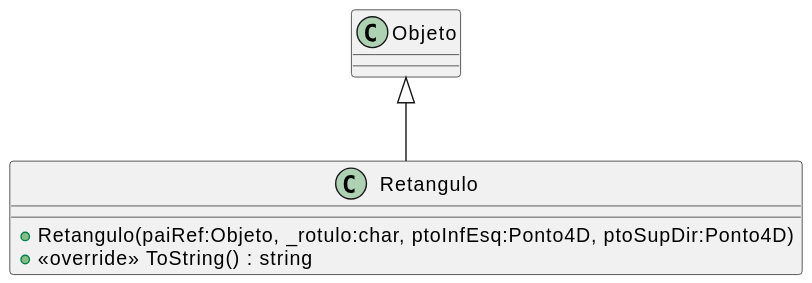
This is svg/Unidade2/_._CG_N2_5/plantuml/Retangulo.svg from majutestoni/disciplina_CG_2025_1, a PlantUML export, as it was before one commit.
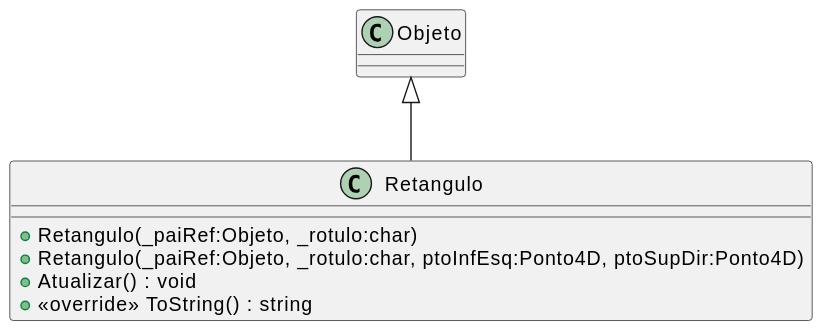
Later version of the same file.

The edit, as a diff of the source:
```diff
@@ -1,6 +1,8 @@
 @startuml
 class Retangulo {
-    + Retangulo(paiRef:Objeto, _rotulo:char, ptoInfEsq:Ponto4D, ptoSupDir:Ponto4D)
+    + Retangulo(_paiRef:Objeto, _rotulo:char)
+    + Retangulo(_paiRef:Objeto, _rotulo:char, ptoInfEsq:Ponto4D, ptoSupDir:Ponto4D)
+    + Atualizar() : void
     + <<override>> ToString() : string
 }
 Objeto <|-- Retangulo
```
